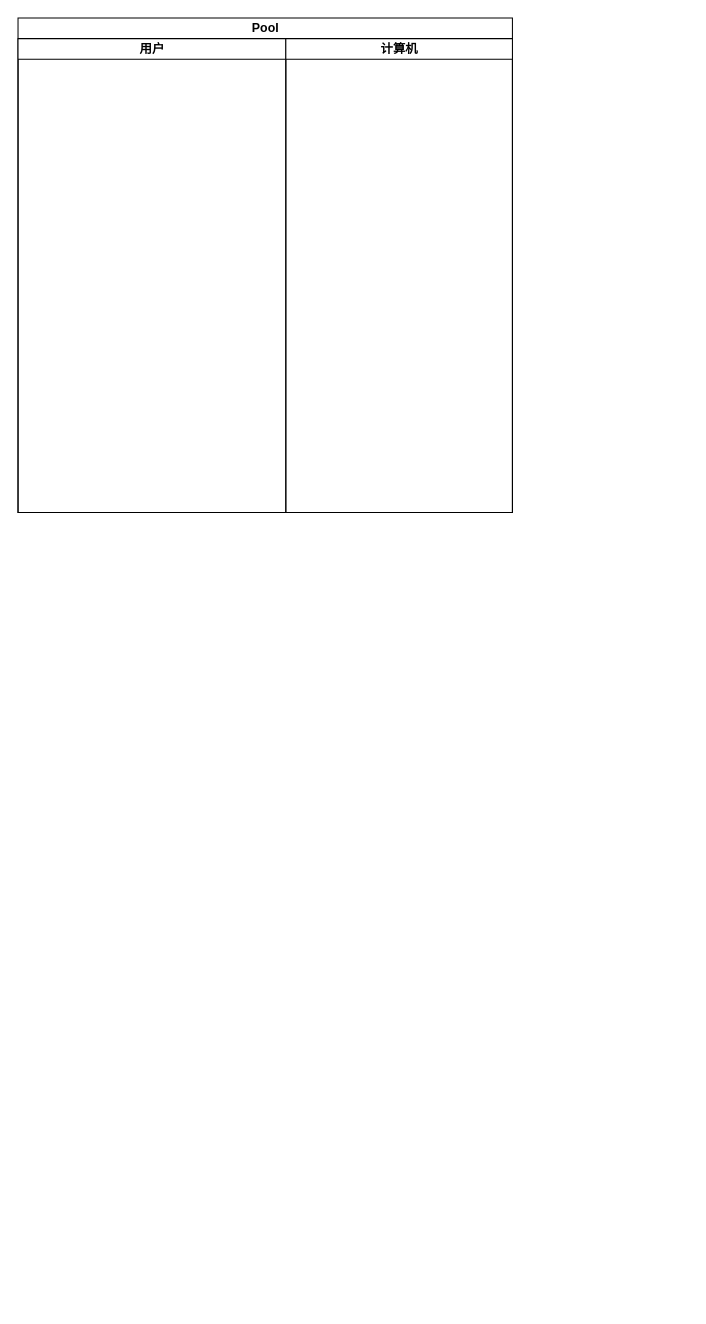
This is uml-系统用例场景.drawio from JMHello/draw, a draw.io file, before an edit. Source tidied: cells renumbered, new cells numbered last; positions are measured from the earlier drawing's top-left corner, leaving out a move shared by most shapes. Both pictures are drawn from the tidied source at 103%, with x=0, y=0 at pixel (18, 18).
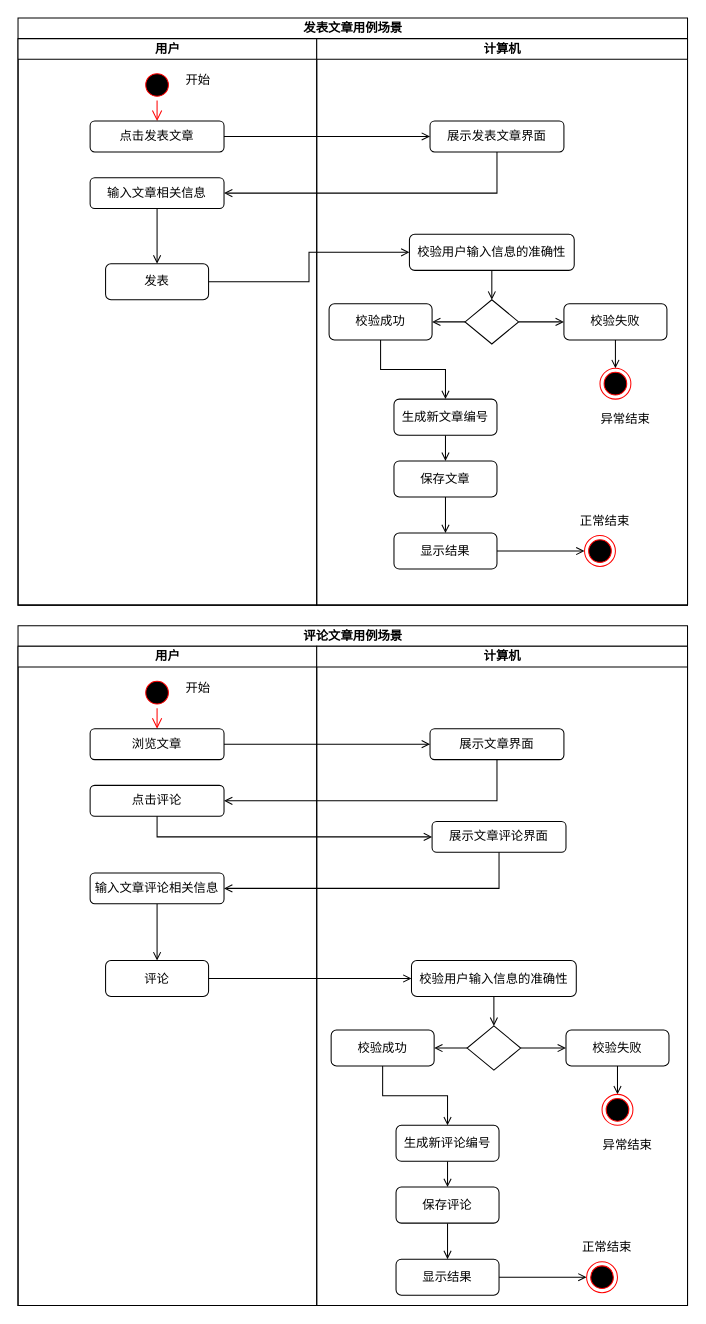
The same page after the edit.

Commit message (it also covers changes not shown here):
Update uml-系统用例场景.drawio

What changed in the source:
```diff
@@
-    <mxCell id="2" value="Pool" style="swimlane;html=1;startSize=20;" parent="1" vertex="1">
-      <mxGeometry width="480" height="480" as="geometry" />
+    <mxCell id="2" value="发表文章用例场景" style="swimlane;html=1;startSize=20;" parent="1" vertex="1">
+      <mxGeometry width="650" height="570" as="geometry" />
     </mxCell>
     <mxCell id="3" value="用户" style="swimlane;html=1;startSize=20;" parent="2" vertex="1">
-      <mxGeometry y="20" width="260" height="460" as="geometry" />
+      <mxGeometry y="20" width="290" height="550" as="geometry" />
     </mxCell>
+    <mxCell id="5" style="ellipse;html=1;shape=startState;fillColor=#000000;strokeColor=#ff0000;" parent="3" vertex="1">
+      <mxGeometry x="120" y="30" width="30" height="30" as="geometry" />
+    </mxCell>
+    <mxCell id="6" style="edgeStyle=orthogonalEdgeStyle;html=1;verticalAlign=bottom;endArrow=open;endSize=8;strokeColor=#ff0000;entryX=0.5;entryY=0;entryDx=0;entryDy=0;" parent="3" edge="1" source="5" target="7">
+      <mxGeometry relative="1" as="geometry" />
+    </mxCell>
+    <mxCell id="7" value="点击发表文章" style="rounded=1;whiteSpace=wrap;html=1;" parent="3" vertex="1">
+      <mxGeometry x="70" y="80" width="130" height="30" as="geometry" />
+    </mxCell>
+    <mxCell id="8" style="edgeStyle=orthogonalEdgeStyle;rounded=0;jettySize=auto;html=1;endArrow=open;endFill=0;" parent="3" edge="1" source="9" target="10">
+      <mxGeometry relative="1" as="geometry" />
+    </mxCell>
+    <mxCell id="9" value="输入文章相关信息" style="rounded=1;whiteSpace=wrap;html=1;" parent="3" vertex="1">
+      <mxGeometry x="70" y="135" width="130" height="30" as="geometry" />
+    </mxCell>
+    <mxCell id="10" value="发表" style="rounded=1;whiteSpace=wrap;html=1;" parent="3" vertex="1">
+      <mxGeometry x="85" y="218.5" width="100" height="35" as="geometry" />
+    </mxCell>
+    <mxCell id="11" value="开始" style="text;html=1;strokeColor=none;fillColor=none;align=center;verticalAlign=middle;whiteSpace=wrap;rounded=0;" parent="3" vertex="1">
+      <mxGeometry x="150" y="32" width="50" height="18" as="geometry" />
+    </mxCell>
     <mxCell id="4" value="计算机" style="swimlane;html=1;startSize=20;" parent="2" vertex="1">
-      <mxGeometry x="260" y="20" width="220" height="460" as="geometry" />
+      <mxGeometry x="290" y="20" width="360" height="550" as="geometry" />
     </mxCell>
+    <mxCell id="12" value="展示发表文章界面" style="rounded=1;whiteSpace=wrap;html=1;" parent="4" vertex="1">
+      <mxGeometry x="110" y="80" width="130" height="30" as="geometry" />
+    </mxCell>
+    <mxCell id="13" style="edgeStyle=orthogonalEdgeStyle;rounded=0;jettySize=auto;html=1;entryX=0.5;entryY=0;entryDx=0;entryDy=0;endArrow=open;endFill=0;" parent="4" edge="1" source="14" target="17">
+      <mxGeometry relative="1" as="geometry" />
+    </mxCell>
+    <mxCell id="14" value="校验用户输入信息的准确性" style="rounded=1;whiteSpace=wrap;html=1;" parent="4" vertex="1">
+      <mxGeometry x="90" y="190" width="160" height="35" as="geometry" />
+    </mxCell>
+    <mxCell id="15" style="edgeStyle=orthogonalEdgeStyle;rounded=0;jettySize=auto;html=1;entryX=0;entryY=0.5;entryDx=0;entryDy=0;endArrow=open;endFill=0;" parent="4" edge="1" source="17" target="19">
+      <mxGeometry relative="1" as="geometry" />
+    </mxCell>
+    <mxCell id="16" style="edgeStyle=orthogonalEdgeStyle;rounded=0;jettySize=auto;html=1;entryX=1;entryY=0.5;entryDx=0;entryDy=0;endArrow=open;endFill=0;" parent="4" edge="1" source="17" target="21">
+      <mxGeometry relative="1" as="geometry" />
+    </mxCell>
+    <mxCell id="17" style="rhombus;whiteSpace=wrap;html=1;" parent="4" vertex="1">
+      <mxGeometry x="144" y="253.5" width="52" height="43" as="geometry" />
+    </mxCell>
+    <mxCell id="18" style="edgeStyle=orthogonalEdgeStyle;rounded=0;jettySize=auto;html=1;entryX=0.5;entryY=0;entryDx=0;entryDy=0;endArrow=open;endFill=0;" parent="4" edge="1" source="19" target="28">
+      <mxGeometry relative="1" as="geometry" />
+    </mxCell>
+    <mxCell id="19" value="校验失败" style="rounded=1;whiteSpace=wrap;html=1;" parent="4" vertex="1">
+      <mxGeometry x="240" y="257.5" width="100" height="35" as="geometry" />
+    </mxCell>
+    <mxCell id="20" style="edgeStyle=orthogonalEdgeStyle;rounded=0;jettySize=auto;html=1;entryX=0.5;entryY=0;entryDx=0;entryDy=0;endArrow=open;endFill=0;" parent="4" edge="1" source="21" target="23">
+      <mxGeometry relative="1" as="geometry" />
+    </mxCell>
+    <mxCell id="21" value="校验成功" style="rounded=1;whiteSpace=wrap;html=1;" parent="4" vertex="1">
+      <mxGeometry x="12" y="257.5" width="100" height="35" as="geometry" />
+    </mxCell>
+    <mxCell id="22" style="edgeStyle=orthogonalEdgeStyle;rounded=0;jettySize=auto;html=1;endArrow=open;endFill=0;" parent="4" edge="1" source="23" target="25">
+      <mxGeometry relative="1" as="geometry" />
+    </mxCell>
+    <mxCell id="23" value="生成新文章编号" style="rounded=1;whiteSpace=wrap;html=1;" parent="4" vertex="1">
+      <mxGeometry x="75" y="350" width="100" height="35" as="geometry" />
+    </mxCell>
+    <mxCell id="24" style="edgeStyle=orthogonalEdgeStyle;rounded=0;jettySize=auto;html=1;endArrow=open;endFill=0;" parent="4" edge="1" source="25" target="27">
+      <mxGeometry relative="1" as="geometry" />
+    </mxCell>
+    <mxCell id="25" value="保存文章" style="rounded=1;whiteSpace=wrap;html=1;" parent="4" vertex="1">
+      <mxGeometry x="75" y="410" width="100" height="35" as="geometry" />
+    </mxCell>
+    <mxCell id="26" style="edgeStyle=orthogonalEdgeStyle;rounded=0;jettySize=auto;html=1;endArrow=open;endFill=0;" parent="4" edge="1" source="27" target="29">
+      <mxGeometry relative="1" as="geometry" />
+    </mxCell>
+    <mxCell id="27" value="显示结果" style="rounded=1;whiteSpace=wrap;html=1;" parent="4" vertex="1">
+      <mxGeometry x="75" y="480" width="100" height="35" as="geometry" />
+    </mxCell>
+    <mxCell id="28" style="ellipse;html=1;shape=endState;fillColor=#000000;strokeColor=#ff0000;" parent="4" vertex="1">
+      <mxGeometry x="275" y="320" width="30" height="30" as="geometry" />
+    </mxCell>
+    <mxCell id="29" style="ellipse;html=1;shape=endState;fillColor=#000000;strokeColor=#ff0000;" parent="4" vertex="1">
+      <mxGeometry x="260" y="482.5" width="30" height="30" as="geometry" />
+    </mxCell>
+    <mxCell id="30" value="异常结束" style="text;html=1;strokeColor=none;fillColor=none;align=center;verticalAlign=middle;whiteSpace=wrap;rounded=0;" parent="4" vertex="1">
+      <mxGeometry x="270" y="358" width="60" height="23" as="geometry" />
+    </mxCell>
+    <mxCell id="31" value="正常结束" style="text;html=1;strokeColor=none;fillColor=none;align=center;verticalAlign=middle;whiteSpace=wrap;rounded=0;" parent="4" vertex="1">
+      <mxGeometry x="250" y="457" width="60" height="23" as="geometry" />
+    </mxCell>
+    <mxCell id="32" style="edgeStyle=orthogonalEdgeStyle;rounded=0;jettySize=auto;html=1;endArrow=open;endFill=0;" parent="2" edge="1" source="7" target="12">
+      <mxGeometry relative="1" as="geometry" />
+    </mxCell>
+    <mxCell id="33" style="edgeStyle=orthogonalEdgeStyle;rounded=0;jettySize=auto;html=1;entryX=1;entryY=0.5;entryDx=0;entryDy=0;exitX=0.5;exitY=1;exitDx=0;exitDy=0;endArrow=open;endFill=0;" parent="2" edge="1" source="12" target="9">
+      <mxGeometry relative="1" as="geometry" />
+    </mxCell>
+    <mxCell id="34" style="edgeStyle=orthogonalEdgeStyle;rounded=0;jettySize=auto;html=1;entryX=0;entryY=0.5;entryDx=0;entryDy=0;endArrow=open;endFill=0;" parent="2" edge="1" source="10" target="14">
+      <mxGeometry relative="1" as="geometry" />
+    </mxCell>
+    <mxCell id="35" value="评论文章用例场景" style="swimlane;html=1;startSize=20;" parent="1" vertex="1">
+      <mxGeometry y="590" width="650" height="660" as="geometry" />
+    </mxCell>
+    <mxCell id="36" value="用户" style="swimlane;html=1;startSize=20;" parent="35" vertex="1">
+      <mxGeometry y="20" width="290" height="640" as="geometry" />
+    </mxCell>
+    <mxCell id="37" style="ellipse;html=1;shape=startState;fillColor=#000000;strokeColor=#ff0000;" parent="36" vertex="1">
+      <mxGeometry x="120" y="30" width="30" height="30" as="geometry" />
+    </mxCell>
+    <mxCell id="38" style="edgeStyle=orthogonalEdgeStyle;html=1;verticalAlign=bottom;endArrow=open;endSize=8;strokeColor=#ff0000;entryX=0.5;entryY=0;entryDx=0;entryDy=0;" parent="36" edge="1" source="37" target="39">
+      <mxGeometry relative="1" as="geometry" />
+    </mxCell>
+    <mxCell id="39" value="浏览文章" style="rounded=1;whiteSpace=wrap;html=1;" parent="36" vertex="1">
+      <mxGeometry x="70" y="80" width="130" height="30" as="geometry" />
+    </mxCell>
+    <mxCell id="40" value="点击评论" style="rounded=1;whiteSpace=wrap;html=1;" parent="36" vertex="1">
+      <mxGeometry x="70" y="135" width="130" height="30" as="geometry" />
+    </mxCell>
+    <mxCell id="41" style="edgeStyle=orthogonalEdgeStyle;rounded=0;jettySize=auto;html=1;endArrow=open;endFill=0;" parent="36" edge="1" source="42" target="43">
+      <mxGeometry relative="1" as="geometry" />
+    </mxCell>
+    <mxCell id="42" value="输入文章评论相关信息" style="rounded=1;whiteSpace=wrap;html=1;" parent="36" vertex="1">
+      <mxGeometry x="70" y="220" width="130" height="30" as="geometry" />
+    </mxCell>
+    <mxCell id="43" value="评论" style="rounded=1;whiteSpace=wrap;html=1;" parent="36" vertex="1">
+      <mxGeometry x="85" y="305" width="100" height="35" as="geometry" />
+    </mxCell>
+    <mxCell id="44" value="开始" style="text;html=1;strokeColor=none;fillColor=none;align=center;verticalAlign=middle;whiteSpace=wrap;rounded=0;" parent="36" vertex="1">
+      <mxGeometry x="150" y="32" width="50" height="18" as="geometry" />
+    </mxCell>
+    <mxCell id="45" style="edgeStyle=orthogonalEdgeStyle;rounded=0;jettySize=auto;html=1;entryX=0;entryY=0.5;entryDx=0;entryDy=0;endArrow=open;endFill=0;" parent="35" edge="1" source="43" target="49">
+      <mxGeometry relative="1" as="geometry" />
+    </mxCell>
+    <mxCell id="46" value="计算机" style="swimlane;html=1;startSize=20;" parent="35" vertex="1">
+      <mxGeometry x="290" y="20" width="360" height="640" as="geometry" />
+    </mxCell>
+    <mxCell id="47" value="展示文章界面" style="rounded=1;whiteSpace=wrap;html=1;" parent="46" vertex="1">
+      <mxGeometry x="110" y="80" width="130" height="30" as="geometry" />
+    </mxCell>
+    <mxCell id="48" style="edgeStyle=orthogonalEdgeStyle;rounded=0;jettySize=auto;html=1;entryX=0.5;entryY=0;entryDx=0;entryDy=0;endArrow=open;endFill=0;" parent="46" edge="1" source="49" target="52">
+      <mxGeometry relative="1" as="geometry" />
+    </mxCell>
+    <mxCell id="49" value="校验用户输入信息的准确性" style="rounded=1;whiteSpace=wrap;html=1;" parent="46" vertex="1">
+      <mxGeometry x="92" y="305" width="160" height="35" as="geometry" />
+    </mxCell>
+    <mxCell id="50" style="edgeStyle=orthogonalEdgeStyle;rounded=0;jettySize=auto;html=1;entryX=0;entryY=0.5;entryDx=0;entryDy=0;endArrow=open;endFill=0;" parent="46" edge="1" source="52" target="54">
+      <mxGeometry relative="1" as="geometry" />
+    </mxCell>
+    <mxCell id="51" style="edgeStyle=orthogonalEdgeStyle;rounded=0;jettySize=auto;html=1;entryX=1;entryY=0.5;entryDx=0;entryDy=0;endArrow=open;endFill=0;" parent="46" edge="1" source="52" target="56">
+      <mxGeometry relative="1" as="geometry" />
+    </mxCell>
+    <mxCell id="52" style="rhombus;whiteSpace=wrap;html=1;" parent="46" vertex="1">
+      <mxGeometry x="146" y="368.5" width="52" height="43" as="geometry" />
+    </mxCell>
+    <mxCell id="53" style="edgeStyle=orthogonalEdgeStyle;rounded=0;jettySize=auto;html=1;entryX=0.5;entryY=0;entryDx=0;entryDy=0;endArrow=open;endFill=0;" parent="46" edge="1" source="54" target="63">
+      <mxGeometry relative="1" as="geometry" />
+    </mxCell>
+    <mxCell id="54" value="校验失败" style="rounded=1;whiteSpace=wrap;html=1;" parent="46" vertex="1">
+      <mxGeometry x="242" y="372.5" width="100" height="35" as="geometry" />
+    </mxCell>
+    <mxCell id="55" style="edgeStyle=orthogonalEdgeStyle;rounded=0;jettySize=auto;html=1;entryX=0.5;entryY=0;entryDx=0;entryDy=0;endArrow=open;endFill=0;" parent="46" edge="1" source="56" target="58">
+      <mxGeometry relative="1" as="geometry" />
+    </mxCell>
+    <mxCell id="56" value="校验成功" style="rounded=1;whiteSpace=wrap;html=1;" parent="46" vertex="1">
+      <mxGeometry x="14" y="372.5" width="100" height="35" as="geometry" />
+    </mxCell>
+    <mxCell id="57" style="edgeStyle=orthogonalEdgeStyle;rounded=0;jettySize=auto;html=1;endArrow=open;endFill=0;" parent="46" edge="1" source="58" target="60">
+      <mxGeometry relative="1" as="geometry" />
+    </mxCell>
+    <mxCell id="58" value="生成新评论编号" style="rounded=1;whiteSpace=wrap;html=1;" parent="46" vertex="1">
+      <mxGeometry x="77" y="465" width="100" height="35" as="geometry" />
+    </mxCell>
+    <mxCell id="59" style="edgeStyle=orthogonalEdgeStyle;rounded=0;jettySize=auto;html=1;endArrow=open;endFill=0;" parent="46" edge="1" source="60" target="62">
+      <mxGeometry relative="1" as="geometry" />
+    </mxCell>
+    <mxCell id="60" value="保存评论" style="rounded=1;whiteSpace=wrap;html=1;" parent="46" vertex="1">
+      <mxGeometry x="77" y="525" width="100" height="35" as="geometry" />
+    </mxCell>
+    <mxCell id="61" style="edgeStyle=orthogonalEdgeStyle;rounded=0;jettySize=auto;html=1;endArrow=open;endFill=0;" parent="46" edge="1" source="62" target="64">
+      <mxGeometry relative="1" as="geometry" />
+    </mxCell>
+    <mxCell id="62" value="显示结果" style="rounded=1;whiteSpace=wrap;html=1;" parent="46" vertex="1">
+      <mxGeometry x="77" y="595" width="100" height="35" as="geometry" />
+    </mxCell>
+    <mxCell id="63" style="ellipse;html=1;shape=endState;fillColor=#000000;strokeColor=#ff0000;" parent="46" vertex="1">
+      <mxGeometry x="277" y="435" width="30" height="30" as="geometry" />
+    </mxCell>
+    <mxCell id="64" style="ellipse;html=1;shape=endState;fillColor=#000000;strokeColor=#ff0000;" parent="46" vertex="1">
+      <mxGeometry x="262" y="597.5" width="30" height="30" as="geometry" />
+    </mxCell>
+    <mxCell id="65" value="异常结束" style="text;html=1;strokeColor=none;fillColor=none;align=center;verticalAlign=middle;whiteSpace=wrap;rounded=0;" parent="46" vertex="1">
+      <mxGeometry x="272" y="473" width="60" height="23" as="geometry" />
+    </mxCell>
+    <mxCell id="66" value="正常结束" style="text;html=1;strokeColor=none;fillColor=none;align=center;verticalAlign=middle;whiteSpace=wrap;rounded=0;" parent="46" vertex="1">
+      <mxGeometry x="252" y="572" width="60" height="23" as="geometry" />
+    </mxCell>
+    <mxCell id="67" value="展示文章评论界面" style="rounded=1;whiteSpace=wrap;html=1;" parent="46" vertex="1">
+      <mxGeometry x="112" y="170" width="130" height="30" as="geometry" />
+    </mxCell>
+    <mxCell id="68" style="edgeStyle=orthogonalEdgeStyle;rounded=0;jettySize=auto;html=1;endArrow=open;endFill=0;" parent="35" edge="1" source="39" target="47">
+      <mxGeometry relative="1" as="geometry" />
+    </mxCell>
+    <mxCell id="69" style="edgeStyle=orthogonalEdgeStyle;rounded=0;jettySize=auto;html=1;entryX=1;entryY=0.5;entryDx=0;entryDy=0;exitX=0.5;exitY=1;exitDx=0;exitDy=0;endArrow=open;endFill=0;" parent="35" edge="1" source="47" target="40">
+      <mxGeometry relative="1" as="geometry" />
+    </mxCell>
+    <mxCell id="70" style="edgeStyle=orthogonalEdgeStyle;rounded=0;jettySize=auto;html=1;endArrow=open;endFill=0;exitX=0.5;exitY=1;exitDx=0;exitDy=0;entryX=0;entryY=0.5;entryDx=0;entryDy=0;" parent="35" edge="1" source="40" target="67">
+      <mxGeometry relative="1" as="geometry" />
+    </mxCell>
+    <mxCell id="71" style="edgeStyle=orthogonalEdgeStyle;rounded=0;jettySize=auto;html=1;entryX=1;entryY=0.5;entryDx=0;entryDy=0;endArrow=open;endFill=0;exitX=0.5;exitY=1;exitDx=0;exitDy=0;" parent="35" edge="1" source="67" target="42">
+      <mxGeometry relative="1" as="geometry" />
+    </mxCell>
```
